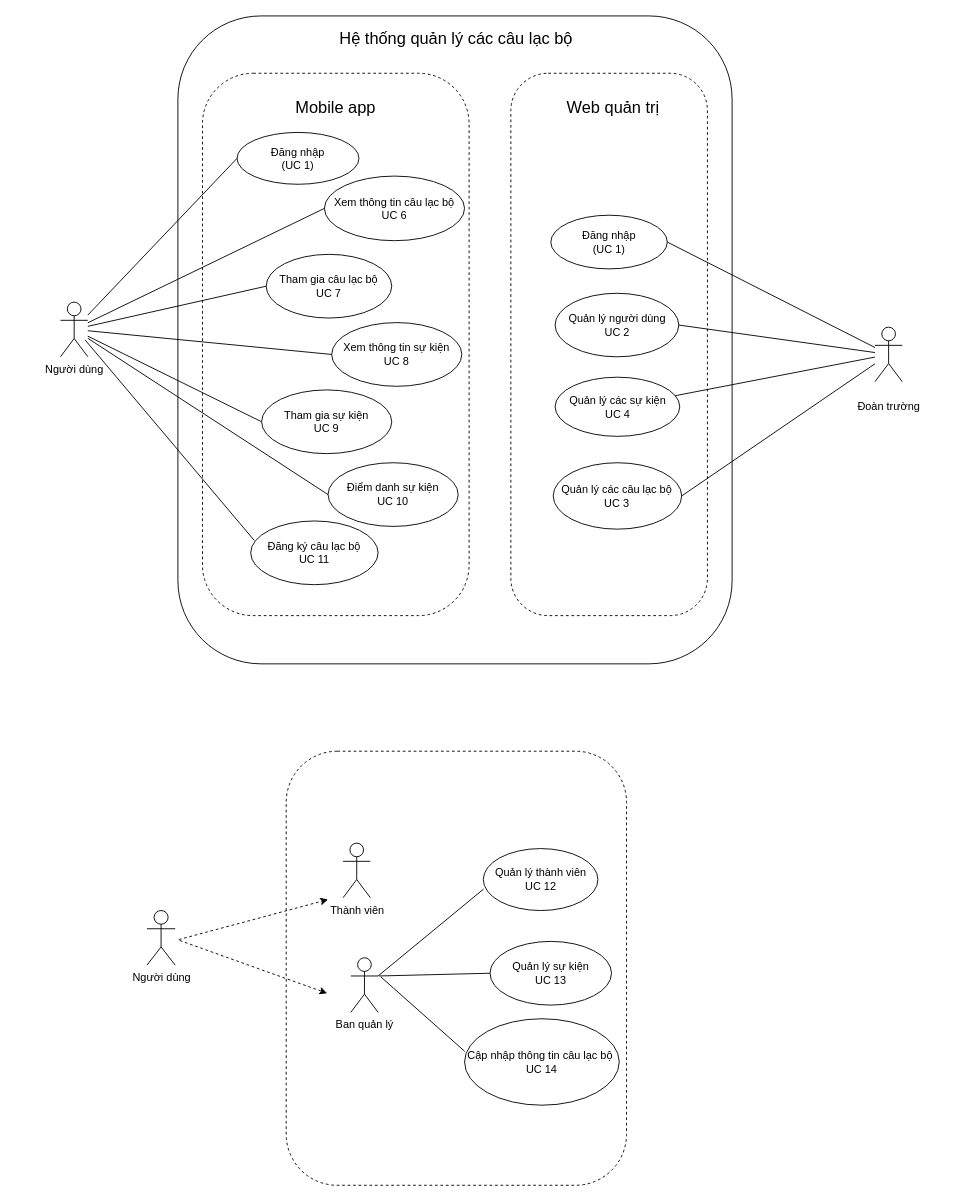
Before: page "users" (16 of 26) of Diagram.drawio in DnhTrn/finall_project, a draw.io diagram. Source tidied: cells renumbered, new cells numbered last; positions are measured from the earlier drawing's top-left corner, leaving out a move shared by most shapes. Both pictures are drawn from the tidied source at 91%, with x=0, y=0 at pixel (60, 15).
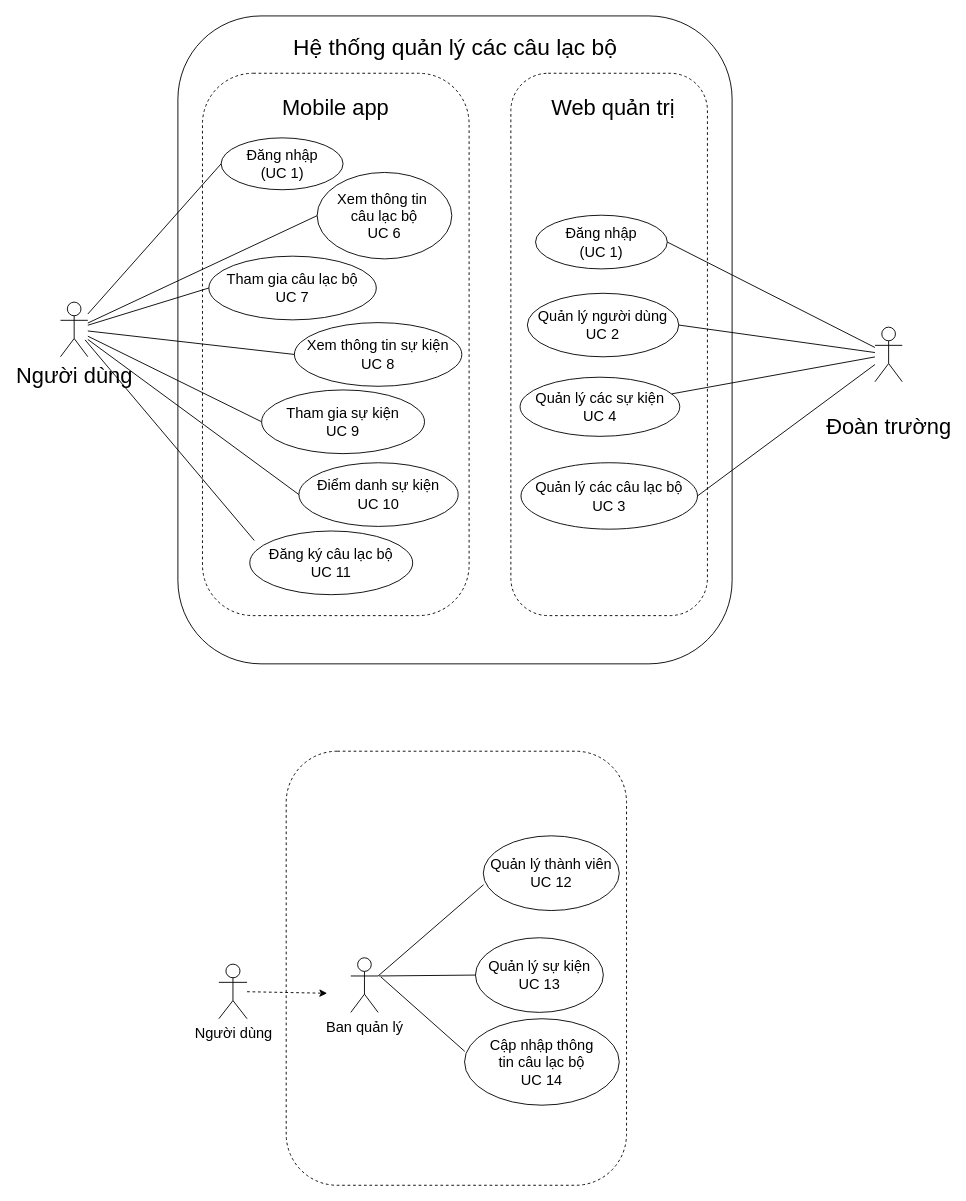
Above is the later version.

What changed in the source:
```diff
@@
-    <mxCell id="6" value="Người dùng" style="shape=umlActor;verticalLabelPosition=bottom;verticalAlign=top;html=1;outlineConnect=0;" parent="1" vertex="1">
-      <mxGeometry x="95" y="983.1" width="31" height="60" as="geometry" />
+    <mxCell id="6" value="Người dùng" style="shape=umlActor;verticalLabelPosition=bottom;verticalAlign=top;html=1;outlineConnect=0;fontSize=16;" parent="1" vertex="1">
+      <mxGeometry x="174" y="1042" width="31" height="60" as="geometry" />
     </mxCell>
-    <mxCell id="7" style="rounded=0;jettySize=auto;html=1;exitX=1;exitY=0.3333333333333333;exitDx=0;exitDy=0;exitPerimeter=0;entryX=0.002;entryY=0.654;entryDx=0;entryDy=0;endArrow=none;endFill=0;entryPerimeter=0;" parent="1" edge="1" source="8" target="10">
+    <mxCell id="7" style="rounded=0;jettySize=auto;html=1;exitX=1;exitY=0.3333333333333333;exitDx=0;exitDy=0;exitPerimeter=0;entryX=0.002;entryY=0.654;entryDx=0;entryDy=0;endArrow=none;endFill=0;entryPerimeter=0;fontSize=16;" parent="1" edge="1" source="8" target="10">
       <mxGeometry relative="1" as="geometry" />
     </mxCell>
-    <mxCell id="8" value="Ban quản lý" style="shape=umlActor;verticalLabelPosition=bottom;verticalAlign=top;html=1;outlineConnect=0;" parent="1" vertex="1">
+    <mxCell id="8" value="Ban quản lý" style="shape=umlActor;verticalLabelPosition=bottom;verticalAlign=top;html=1;outlineConnect=0;fontSize=16;" parent="1" vertex="1">
       <mxGeometry x="319" y="1035" width="30" height="60" as="geometry" />
     </mxCell>
-    <mxCell id="9" value="Thành viên" style="shape=umlActor;verticalLabelPosition=bottom;verticalAlign=top;html=1;" parent="1" vertex="1">
-      <mxGeometry x="310.5" y="909" width="30" height="60" as="geometry" />
-    </mxCell>
-    <mxCell id="10" value="Quản lý thành viên&lt;div&gt;UC 12&lt;/div&gt;" style="ellipse;whiteSpace=wrap;html=1;" parent="1" vertex="1">
-      <mxGeometry x="464.6" y="915" width="126" height="68.1" as="geometry" />
+    <mxCell id="10" value="Quản lý thành viên&lt;div&gt;UC 12&lt;/div&gt;" style="ellipse;whiteSpace=wrap;html=1;fontSize=16;" parent="1" vertex="1">
+      <mxGeometry x="464.6" y="901" width="149.4" height="82.1" as="geometry" />
     </mxCell>
-    <mxCell id="11" value="Quản lý sự kiện&lt;div&gt;UC 13&lt;/div&gt;" style="ellipse;whiteSpace=wrap;html=1;" parent="1" vertex="1">
-      <mxGeometry x="472" y="1017" width="133.5" height="70" as="geometry" />
+    <mxCell id="11" value="Quản lý sự kiện&lt;div&gt;UC 13&lt;/div&gt;" style="ellipse;whiteSpace=wrap;html=1;fontSize=16;" parent="1" vertex="1">
+      <mxGeometry x="456" y="1013" width="140.5" height="82" as="geometry" />
     </mxCell>
-    <mxCell id="12" style="rounded=0;jettySize=auto;html=1;entryX=0;entryY=0.5;entryDx=0;entryDy=0;endArrow=none;endFill=0;" parent="1" edge="1" source="14" target="27">
+    <mxCell id="12" style="rounded=0;jettySize=auto;html=1;entryX=0;entryY=0.5;entryDx=0;entryDy=0;endArrow=none;endFill=0;fontSize=16;" parent="1" edge="1" source="14" target="27">
       <mxGeometry relative="1" as="geometry" />
     </mxCell>
-    <mxCell id="13" style="rounded=0;orthogonalLoop=1;jettySize=auto;html=1;entryX=0;entryY=0.5;entryDx=0;entryDy=0;endArrow=none;endFill=0;" parent="1" edge="1">
+    <mxCell id="13" style="rounded=0;orthogonalLoop=1;jettySize=auto;html=1;entryX=0;entryY=0.5;entryDx=0;entryDy=0;endArrow=none;endFill=0;fontSize=16;" parent="1" edge="1">
       <mxGeometry relative="1" as="geometry">
         <mxPoint x="27" y="356" as="sourcePoint" />
         <mxPoint x="213" y="576.5" as="targetPoint" />
       </mxGeometry>
     </mxCell>
-    <mxCell id="14" value="Người dùng" style="shape=umlActor;verticalLabelPosition=bottom;verticalAlign=top;html=1;outlineConnect=0;" parent="1" vertex="1">
+    <mxCell id="14" value="Người dùng" style="shape=umlActor;verticalLabelPosition=bottom;verticalAlign=top;html=1;outlineConnect=0;fontSize=24;" parent="1" vertex="1">
       <mxGeometry y="314.5" width="30" height="60" as="geometry" />
     </mxCell>
-    <mxCell id="15" value="&lt;div&gt;&lt;br&gt;&lt;/div&gt;&lt;div&gt;Đoàn trường&lt;/div&gt;" style="shape=umlActor;verticalLabelPosition=bottom;verticalAlign=top;html=1;outlineConnect=0;" parent="1" vertex="1">
+    <mxCell id="15" value="&lt;div&gt;&lt;font style=&quot;font-size: 24px;&quot;&gt;&lt;br&gt;&lt;/font&gt;&lt;/div&gt;&lt;div&gt;&lt;font style=&quot;font-size: 24px;&quot;&gt;Đoàn trường&lt;/font&gt;&lt;/div&gt;" style="shape=umlActor;verticalLabelPosition=bottom;verticalAlign=top;html=1;outlineConnect=0;fontSize=16;" parent="1" vertex="1">
       <mxGeometry x="895" y="342" width="30" height="60" as="geometry" />
     </mxCell>
-    <mxCell id="16" value="Quản lý các câu lạc bộ&lt;div&gt;UC 3&lt;/div&gt;" style="ellipse;whiteSpace=wrap;html=1;" parent="1" vertex="1">
-      <mxGeometry x="541.4" y="491" width="141.2" height="73" as="geometry" />
+    <mxCell id="16" value="Quản lý các câu lạc bộ&lt;div&gt;UC 3&lt;/div&gt;" style="ellipse;whiteSpace=wrap;html=1;fontSize=16;" parent="1" vertex="1">
+      <mxGeometry x="506" y="491" width="194" height="73" as="geometry" />
     </mxCell>
-    <mxCell id="17" value="Đăng nhập&lt;div&gt;(UC 1)&lt;/div&gt;" style="ellipse;whiteSpace=wrap;html=1;" parent="1" vertex="1">
-      <mxGeometry x="194" y="128" width="134" height="57" as="geometry" />
+    <mxCell id="17" value="Đăng nhập&lt;div&gt;(UC 1)&lt;/div&gt;" style="ellipse;whiteSpace=wrap;html=1;fontSize=16;" parent="1" vertex="1">
+      <mxGeometry x="176.5" y="134" width="134" height="57" as="geometry" />
     </mxCell>
-    <mxCell id="18" style="endArrow=none;endFill=0;endSize=12;html=1;rounded=0;entryX=0;entryY=0.5;entryDx=0;entryDy=0;" parent="1" edge="1" source="14" target="17">
+    <mxCell id="18" style="endArrow=none;endFill=0;endSize=12;html=1;rounded=0;entryX=0;entryY=0.5;entryDx=0;entryDy=0;fontSize=16;" parent="1" edge="1" source="14" target="17">
       <mxGeometry relative="1" as="geometry" />
     </mxCell>
-    <mxCell id="19" style="endArrow=none;endFill=0;endSize=12;html=1;rounded=0;entryX=1;entryY=0.5;entryDx=0;entryDy=0;" parent="1" edge="1" source="15" target="16">
+    <mxCell id="19" style="endArrow=none;endFill=0;endSize=12;html=1;rounded=0;entryX=1;entryY=0.5;entryDx=0;entryDy=0;fontSize=16;" parent="1" edge="1" source="15" target="16">
       <mxGeometry relative="1" as="geometry" />
     </mxCell>
-    <mxCell id="20" value="Quản lý các&lt;span style=&quot;background-color: initial;&quot;&gt;&amp;nbsp;sự kiện&lt;/span&gt;&lt;div&gt;&lt;span style=&quot;background-color: initial;&quot;&gt;UC 4&lt;/span&gt;&lt;/div&gt;" style="ellipse;whiteSpace=wrap;html=1;" parent="1" vertex="1">
-      <mxGeometry x="543.5" y="397" width="137" height="65" as="geometry" />
+    <mxCell id="20" value="Quản lý các&lt;span style=&quot;background-color: initial;&quot;&gt;&amp;nbsp;sự kiện&lt;/span&gt;&lt;div&gt;&lt;span style=&quot;background-color: initial;&quot;&gt;UC 4&lt;/span&gt;&lt;/div&gt;" style="ellipse;whiteSpace=wrap;html=1;fontSize=16;" parent="1" vertex="1">
+      <mxGeometry x="505" y="397" width="175.5" height="65" as="geometry" />
     </mxCell>
-    <mxCell id="21" value="Quản lý người dùng&lt;div&gt;UC 2&lt;/div&gt;" style="ellipse;whiteSpace=wrap;html=1;" parent="1" vertex="1">
-      <mxGeometry x="543.5" y="304.8" width="135.9" height="69.8" as="geometry" />
+    <mxCell id="21" value="Quản lý người dùng&lt;div&gt;UC 2&lt;/div&gt;" style="ellipse;whiteSpace=wrap;html=1;fontSize=16;" parent="1" vertex="1">
+      <mxGeometry x="513" y="304.8" width="166.4" height="69.8" as="geometry" />
     </mxCell>
-    <mxCell id="22" style="endArrow=none;endFill=0;endSize=12;html=1;rounded=0;entryX=1;entryY=0.5;entryDx=0;entryDy=0;" parent="1" edge="1" source="15" target="21">
+    <mxCell id="22" style="endArrow=none;endFill=0;endSize=12;html=1;rounded=0;entryX=1;entryY=0.5;entryDx=0;entryDy=0;fontSize=16;" parent="1" edge="1" source="15" target="21">
       <mxGeometry relative="1" as="geometry" />
     </mxCell>
-    <mxCell id="23" style="endArrow=none;endFill=0;endSize=12;html=1;rounded=0;" parent="1" edge="1" source="15" target="20">
+    <mxCell id="23" style="endArrow=none;endFill=0;endSize=12;html=1;rounded=0;fontSize=16;" parent="1" edge="1" source="15" target="20">
       <mxGeometry relative="1" as="geometry" />
     </mxCell>
-    <mxCell id="24" style="endArrow=none;endFill=0;endSize=12;html=1;rounded=0;entryX=1;entryY=0.5;entryDx=0;entryDy=0;" parent="1" edge="1" source="15" target="36">
+    <mxCell id="24" style="endArrow=none;endFill=0;endSize=12;html=1;rounded=0;entryX=1;entryY=0.5;entryDx=0;entryDy=0;fontSize=16;" parent="1" edge="1" source="15" target="36">
       <mxGeometry relative="1" as="geometry" />
     </mxCell>
-    <mxCell id="25" value="Xem thông tin câu lạc bộ&lt;div&gt;UC 6&lt;/div&gt;" style="ellipse;whiteSpace=wrap;html=1;" parent="1" vertex="1">
-      <mxGeometry x="290" y="176" width="154" height="71" as="geometry" />
+    <mxCell id="25" value="Xem thông tin&amp;nbsp;&lt;div&gt;câu lạc bộ&lt;div&gt;UC 6&lt;/div&gt;&lt;/div&gt;" style="ellipse;whiteSpace=wrap;html=1;fontSize=16;" parent="1" vertex="1">
+      <mxGeometry x="282" y="172" width="148" height="95" as="geometry" />
     </mxCell>
-    <mxCell id="26" style="endArrow=none;endFill=0;endSize=12;html=1;rounded=0;entryX=0;entryY=0.5;entryDx=0;entryDy=0;" parent="1" edge="1" source="14" target="25">
+    <mxCell id="26" style="endArrow=none;endFill=0;endSize=12;html=1;rounded=0;entryX=0;entryY=0.5;entryDx=0;entryDy=0;fontSize=16;" parent="1" edge="1" source="14" target="25">
       <mxGeometry relative="1" as="geometry" />
     </mxCell>
-    <mxCell id="27" value="Tham gia sự kiện&lt;div&gt;UC 9&lt;/div&gt;" style="ellipse;whiteSpace=wrap;html=1;" parent="1" vertex="1">
-      <mxGeometry x="221" y="411" width="143" height="70" as="geometry" />
+    <mxCell id="27" value="Tham gia sự kiện&lt;div&gt;UC 9&lt;/div&gt;" style="ellipse;whiteSpace=wrap;html=1;fontSize=16;" parent="1" vertex="1">
+      <mxGeometry x="221" y="411" width="179" height="70" as="geometry" />
     </mxCell>
-    <mxCell id="28" value="Tham gia câu lạc bộ&lt;div&gt;UC 7&lt;/div&gt;" style="ellipse;whiteSpace=wrap;html=1;" parent="1" vertex="1">
-      <mxGeometry x="226" y="262" width="138" height="70" as="geometry" />
+    <mxCell id="28" value="Tham gia câu lạc bộ&lt;div&gt;UC 7&lt;/div&gt;" style="ellipse;whiteSpace=wrap;html=1;fontSize=16;" parent="1" vertex="1">
+      <mxGeometry x="163" y="264" width="184" height="70" as="geometry" />
     </mxCell>
-    <mxCell id="29" value="Đăng ký câu lạc bộ&lt;div&gt;UC 11&lt;/div&gt;" style="ellipse;whiteSpace=wrap;html=1;" parent="1" vertex="1">
-      <mxGeometry x="209" y="555" width="140" height="70" as="geometry" />
+    <mxCell id="29" value="Đăng ký câu lạc bộ&lt;div&gt;UC 11&lt;/div&gt;" style="ellipse;whiteSpace=wrap;html=1;fontSize=16;" parent="1" vertex="1">
+      <mxGeometry x="208" y="566" width="179" height="70" as="geometry" />
     </mxCell>
-    <mxCell id="30" value="Cập nhập thông tin câu lạc bộ&amp;nbsp;&lt;div&gt;UC 14&lt;/div&gt;" style="ellipse;whiteSpace=wrap;html=1;" parent="1" vertex="1">
+    <mxCell id="30" value="Cập nhập thông&lt;div&gt;&amp;nbsp;tin câu lạc bộ&amp;nbsp;&lt;div&gt;UC 14&lt;/div&gt;&lt;/div&gt;" style="ellipse;whiteSpace=wrap;html=1;fontSize=16;" parent="1" vertex="1">
       <mxGeometry x="444" y="1102" width="170" height="95" as="geometry" />
     </mxCell>
-    <mxCell id="31" style="rounded=0;orthogonalLoop=1;jettySize=auto;html=1;dashed=1;" parent="1" edge="1">
-      <mxGeometry relative="1" as="geometry">
-        <mxPoint x="130" y="1015" as="sourcePoint" />
-        <mxPoint x="294" y="971" as="targetPoint" />
-      </mxGeometry>
-    </mxCell>
-    <mxCell id="32" style="rounded=0;orthogonalLoop=1;jettySize=auto;html=1;dashed=1;" parent="1" edge="1">
+    <mxCell id="32" style="rounded=0;jettySize=auto;html=1;dashed=1;fontSize=16;" parent="1" edge="1" source="6">
       <mxGeometry relative="1" as="geometry">
-        <mxPoint x="131" y="1016" as="sourcePoint" />
         <mxPoint x="293" y="1074" as="targetPoint" />
       </mxGeometry>
     </mxCell>
-    <mxCell id="33" style="rounded=0;jettySize=auto;html=1;entryX=0;entryY=0.5;entryDx=0;entryDy=0;endArrow=none;endFill=0;" parent="1" edge="1" target="11">
+    <mxCell id="33" style="rounded=0;jettySize=auto;html=1;entryX=0;entryY=0.5;entryDx=0;entryDy=0;endArrow=none;endFill=0;fontSize=16;" parent="1" edge="1" target="11">
       <mxGeometry relative="1" as="geometry">
         <mxPoint x="350" y="1055" as="sourcePoint" />
       </mxGeometry>
     </mxCell>
-    <mxCell id="34" style="rounded=0;jettySize=auto;html=1;entryX=0.001;entryY=0.377;entryDx=0;entryDy=0;endArrow=none;endFill=0;entryPerimeter=0;" parent="1" edge="1" target="30">
+    <mxCell id="34" style="rounded=0;jettySize=auto;html=1;entryX=0.001;entryY=0.377;entryDx=0;entryDy=0;endArrow=none;endFill=0;entryPerimeter=0;fontSize=16;" parent="1" edge="1" target="30">
       <mxGeometry relative="1" as="geometry">
         <mxPoint x="352" y="1056" as="sourcePoint" />
       </mxGeometry>
     </mxCell>
-    <mxCell id="35" value="&lt;span style=&quot;font-size: 18px;&quot;&gt;Hệ thống quản lý các câu lạc bộ&lt;/span&gt;" style="text;html=1;align=center;verticalAlign=middle;whiteSpace=wrap;rounded=0;" parent="1" vertex="1">
-      <mxGeometry x="298" y="10" width="274" height="30" as="geometry" />
+    <mxCell id="35" value="&lt;font style=&quot;font-size: 25px;&quot;&gt;Hệ thống quản lý các câu lạc bộ&lt;/font&gt;" style="text;html=1;align=center;verticalAlign=middle;whiteSpace=wrap;rounded=0;" parent="1" vertex="1">
+      <mxGeometry x="244.5" y="18" width="378" height="30" as="geometry" />
     </mxCell>
-    <mxCell id="36" value="Đăng nhập&lt;div&gt;(UC 1)&lt;/div&gt;" style="ellipse;whiteSpace=wrap;html=1;" parent="1" vertex="1">
-      <mxGeometry x="538.8" y="219" width="128" height="59" as="geometry" />
+    <mxCell id="36" value="Đăng nhập&lt;div&gt;(UC 1)&lt;/div&gt;" style="ellipse;whiteSpace=wrap;html=1;fontSize=16;" parent="1" vertex="1">
+      <mxGeometry x="522" y="219" width="144.8" height="59" as="geometry" />
     </mxCell>
-    <mxCell id="37" style="rounded=0;jettySize=auto;html=1;entryX=0;entryY=0.5;entryDx=0;entryDy=0;endArrow=none;endFill=0;" parent="1" edge="1" source="14" target="28">
+    <mxCell id="37" style="rounded=0;jettySize=auto;html=1;entryX=0;entryY=0.5;entryDx=0;entryDy=0;endArrow=none;endFill=0;fontSize=16;" parent="1" edge="1" source="14" target="28">
       <mxGeometry relative="1" as="geometry" />
     </mxCell>
-    <mxCell id="38" value="&lt;span style=&quot;font-size: 18px;&quot;&gt;Web quản trị&lt;/span&gt;" style="text;html=1;align=center;verticalAlign=middle;whiteSpace=wrap;rounded=0;" parent="1" vertex="1">
+    <mxCell id="38" value="&lt;font style=&quot;font-size: 24px;&quot;&gt;Web quản trị&lt;/font&gt;" style="text;html=1;align=center;verticalAlign=middle;whiteSpace=wrap;rounded=0;" parent="1" vertex="1">
       <mxGeometry x="523" y="86" width="169" height="30" as="geometry" />
     </mxCell>
-    <mxCell id="39" value="&lt;span style=&quot;font-size: 18px;&quot;&gt;Mobile app&lt;/span&gt;" style="text;html=1;align=center;verticalAlign=middle;whiteSpace=wrap;rounded=0;" parent="1" vertex="1">
+    <mxCell id="39" value="&lt;span&gt;Mobile app&lt;/span&gt;" style="text;html=1;align=center;verticalAlign=middle;whiteSpace=wrap;rounded=0;fontSize=24;" parent="1" vertex="1">
       <mxGeometry x="218" y="86" width="169" height="30" as="geometry" />
     </mxCell>
-    <mxCell id="40" value="Xem thông tin sự kiện&lt;div&gt;UC 8&lt;/div&gt;" style="ellipse;whiteSpace=wrap;html=1;" parent="1" vertex="1">
-      <mxGeometry x="298" y="337" width="143" height="70" as="geometry" />
+    <mxCell id="40" value="Xem thông tin sự kiện&lt;div&gt;UC 8&lt;/div&gt;" style="ellipse;whiteSpace=wrap;html=1;fontSize=16;" parent="1" vertex="1">
+      <mxGeometry x="257" y="337" width="184" height="70" as="geometry" />
     </mxCell>
-    <mxCell id="41" style="rounded=0;jettySize=auto;html=1;entryX=0;entryY=0.5;entryDx=0;entryDy=0;endArrow=none;endFill=0;" parent="1" edge="1" source="14" target="40">
+    <mxCell id="41" style="rounded=0;jettySize=auto;html=1;entryX=0;entryY=0.5;entryDx=0;entryDy=0;endArrow=none;endFill=0;fontSize=16;" parent="1" edge="1" source="14" target="40">
       <mxGeometry relative="1" as="geometry" />
     </mxCell>
-    <mxCell id="42" value="Điểm danh sự kiện&lt;br&gt;&lt;div&gt;UC 10&lt;/div&gt;" style="ellipse;whiteSpace=wrap;html=1;" parent="1" vertex="1">
-      <mxGeometry x="294" y="491" width="143" height="70" as="geometry" />
+    <mxCell id="42" value="Điểm danh sự kiện&lt;br&gt;&lt;div&gt;UC 10&lt;/div&gt;" style="ellipse;whiteSpace=wrap;html=1;fontSize=16;" parent="1" vertex="1">
+      <mxGeometry x="262" y="491" width="175" height="70" as="geometry" />
     </mxCell>
-    <mxCell id="43" style="rounded=0;jettySize=auto;html=1;entryX=0;entryY=0.5;entryDx=0;entryDy=0;endArrow=none;endFill=0;" parent="1" edge="1" source="14" target="42">
+    <mxCell id="43" style="rounded=0;jettySize=auto;html=1;entryX=0;entryY=0.5;entryDx=0;entryDy=0;endArrow=none;endFill=0;fontSize=16;" parent="1" edge="1" source="14" target="42">
       <mxGeometry relative="1" as="geometry" />
     </mxCell>
```
